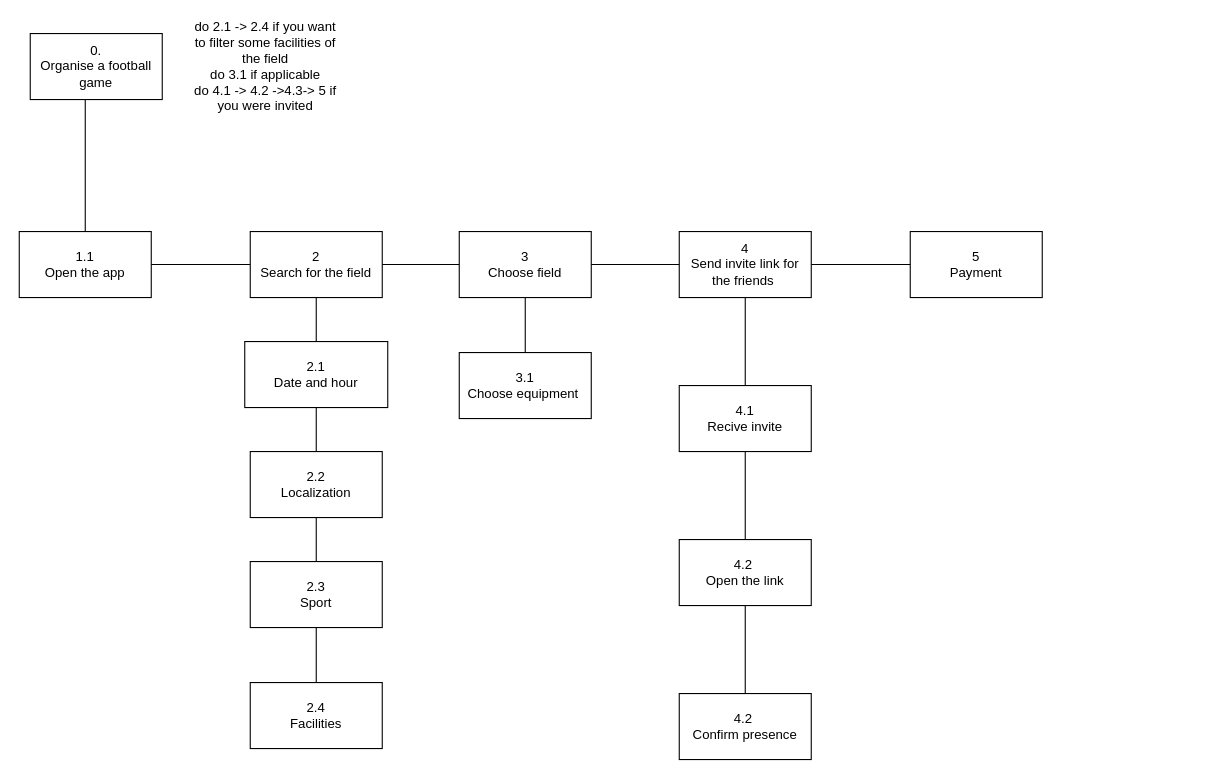
Earlier version of the draw.io diagram stage2_requirements/tarefa1.drawio (joaocbpinho/41549_HCI_LogBookTemplate). Source tidied: cells renumbered, new cells numbered last; positions are measured from the earlier drawing's top-left corner, leaving out a move shared by most shapes. Both pictures are drawn from the tidied source at 110%, with x=0, y=0 at pixel (19, 22).
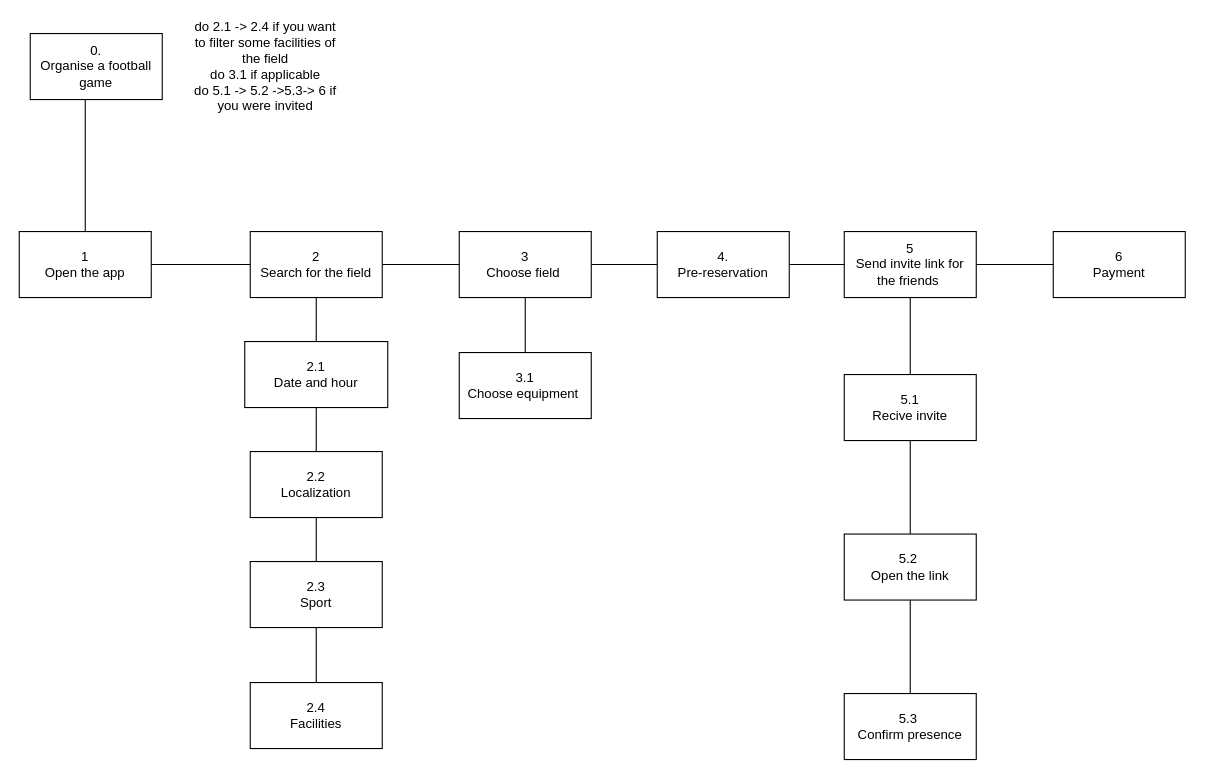
Above is the later version.

Diff of the diagram source:
```diff
@@
-    <mxCell id="6" value="4&lt;div&gt;Send invite link for the friends&amp;nbsp;&lt;/div&gt;" style="rounded=0;whiteSpace=wrap;html=1;" parent="1" vertex="1">
-      <mxGeometry x="600" y="190" width="120" height="60" as="geometry" />
+    <mxCell id="6" value="5&lt;br&gt;&lt;div&gt;Send invite link for the friends&amp;nbsp;&lt;/div&gt;" style="rounded=0;whiteSpace=wrap;html=1;" parent="1" vertex="1">
+      <mxGeometry x="750" y="190" width="120" height="60" as="geometry" />
     </mxCell>
@@
-    <mxCell id="11" value="&lt;div&gt;5&lt;/div&gt;Payment" style="rounded=0;whiteSpace=wrap;html=1;" parent="1" vertex="1">
-      <mxGeometry x="810" y="190" width="120" height="60" as="geometry" />
+    <mxCell id="11" value="&lt;div&gt;6&lt;/div&gt;Payment" style="rounded=0;whiteSpace=wrap;html=1;" parent="1" vertex="1">
+      <mxGeometry x="940" y="190" width="120" height="60" as="geometry" />
     </mxCell>
+    <mxCell id="29" style="edgeStyle=orthogonalEdgeStyle;rounded=0;jettySize=auto;html=1;endArrow=none;startFill=0;" parent="1" edge="1" source="12" target="32">
+      <mxGeometry relative="1" as="geometry">
+        <Array as="points">
+          <mxPoint x="550" y="220" />
+          <mxPoint x="550" y="220" />
+        </Array>
+      </mxGeometry>
+    </mxCell>
-    <mxCell id="12" value="&lt;div&gt;3&lt;/div&gt;Choose field" style="rounded=0;whiteSpace=wrap;html=1;" parent="1" vertex="1">
+    <mxCell id="12" value="&lt;div&gt;3&lt;/div&gt;Choose field&amp;nbsp;" style="rounded=0;whiteSpace=wrap;html=1;" parent="1" vertex="1">
       <mxGeometry x="400" y="190" width="120" height="60" as="geometry" />
     </mxCell>
@@
-    <mxCell id="14" value="&lt;div&gt;1.1&lt;/div&gt;Open the app" style="rounded=0;whiteSpace=wrap;html=1;" parent="1" vertex="1">
+    <mxCell id="14" value="&lt;div&gt;1&lt;/div&gt;Open the app" style="rounded=0;whiteSpace=wrap;html=1;" parent="1" vertex="1">
       <mxGeometry y="190" width="120" height="60" as="geometry" />
     </mxCell>
@@
-    <mxCell id="20" value="do 2.1 -&amp;gt; 2.4 if you want to filter some facilities of the field&lt;div&gt;do 3.1&amp;nbsp;&lt;span style=&quot;background-color: transparent; color: light-dark(rgb(0, 0, 0), rgb(255, 255, 255));&quot;&gt;if applicable&lt;/span&gt;&lt;/div&gt;&lt;div&gt;do 4.1 -&amp;gt; 4.2 -&amp;gt;4.3-&amp;gt; 5 if you were invited&lt;/div&gt;" style="text;html=1;align=center;verticalAlign=middle;whiteSpace=wrap;rounded=0;" parent="1" vertex="1">
+    <mxCell id="20" value="do 2.1 -&amp;gt; 2.4 if you want to filter some facilities of the field&lt;div&gt;do 3.1&amp;nbsp;&lt;span style=&quot;background-color: transparent; color: light-dark(rgb(0, 0, 0), rgb(255, 255, 255));&quot;&gt;if applicable&lt;/span&gt;&lt;/div&gt;&lt;div&gt;do 5.1 -&amp;gt; 5.2 -&amp;gt;5.3-&amp;gt; 6 if you were invited&lt;/div&gt;" style="text;html=1;align=center;verticalAlign=middle;whiteSpace=wrap;rounded=0;" parent="1" vertex="1">
       <mxGeometry x="154" width="140" height="80" as="geometry" />
     </mxCell>
-    <mxCell id="21" value="4.1&lt;div&gt;Recive invite&lt;/div&gt;" style="rounded=0;whiteSpace=wrap;html=1;" parent="1" vertex="1">
-      <mxGeometry x="600" y="330" width="120" height="60" as="geometry" />
+    <mxCell id="21" value="5.1&lt;div&gt;Recive invite&lt;/div&gt;" style="rounded=0;whiteSpace=wrap;html=1;" parent="1" vertex="1">
+      <mxGeometry x="750" y="320" width="120" height="60" as="geometry" />
     </mxCell>
@@
-    <mxCell id="24" style="endArrow=none;html=1;rounded=0;exitX=1;exitY=0.5;exitDx=0;exitDy=0;entryX=0;entryY=0.5;entryDx=0;entryDy=0;" parent="1" edge="1" source="12" target="6">
-      <mxGeometry relative="1" as="geometry" />
-    </mxCell>
@@
-    <mxCell id="26" value="4.2&amp;nbsp;&lt;div&gt;Confirm presence&lt;/div&gt;" style="rounded=0;whiteSpace=wrap;html=1;" parent="1" vertex="1">
-      <mxGeometry x="600" y="610" width="120" height="60" as="geometry" />
+    <mxCell id="26" value="5.3&amp;nbsp;&lt;div&gt;Confirm presence&lt;/div&gt;" style="rounded=0;whiteSpace=wrap;html=1;" parent="1" vertex="1">
+      <mxGeometry x="750" y="610" width="120" height="60" as="geometry" />
     </mxCell>
-    <mxCell id="27" style="endArrow=none;html=1;rounded=0;exitX=0.5;exitY=0;exitDx=0;exitDy=0;entryX=0.5;entryY=1;entryDx=0;entryDy=0;" parent="1" edge="1" source="26" target="21">
+    <mxCell id="27" style="endArrow=none;html=1;rounded=0;exitX=0.5;exitY=0;exitDx=0;exitDy=0;entryX=0.5;entryY=1;entryDx=0;entryDy=0;" parent="1" edge="1" source="28" target="21">
       <mxGeometry relative="1" as="geometry" />
     </mxCell>
+    <mxCell id="30" style="endArrow=none;html=1;rounded=0;exitX=0.5;exitY=0;exitDx=0;exitDy=0;entryX=0.5;entryY=1;entryDx=0;entryDy=0;" parent="1" edge="1" source="26" target="28">
+      <mxGeometry relative="1" as="geometry" />
+    </mxCell>
-    <mxCell id="28" value="4.2&amp;nbsp;&lt;div&gt;Open the link&lt;/div&gt;" style="rounded=0;whiteSpace=wrap;html=1;" parent="1" vertex="1">
-      <mxGeometry x="600" y="470" width="120" height="60" as="geometry" />
+    <mxCell id="28" value="5.2&amp;nbsp;&lt;div&gt;Open the link&lt;/div&gt;" style="rounded=0;whiteSpace=wrap;html=1;" parent="1" vertex="1">
+      <mxGeometry x="750" y="465" width="120" height="60" as="geometry" />
     </mxCell>
+    <mxCell id="31" style="edgeStyle=orthogonalEdgeStyle;rounded=0;jettySize=auto;html=1;endArrow=none;startFill=0;" parent="1" edge="1" source="32" target="6">
+      <mxGeometry relative="1" as="geometry" />
+    </mxCell>
+    <mxCell id="32" value="4.&lt;div&gt;Pre-reservation&lt;/div&gt;" style="rounded=0;whiteSpace=wrap;html=1;" parent="1" vertex="1">
+      <mxGeometry x="580" y="190" width="120" height="60" as="geometry" />
+    </mxCell>
```
